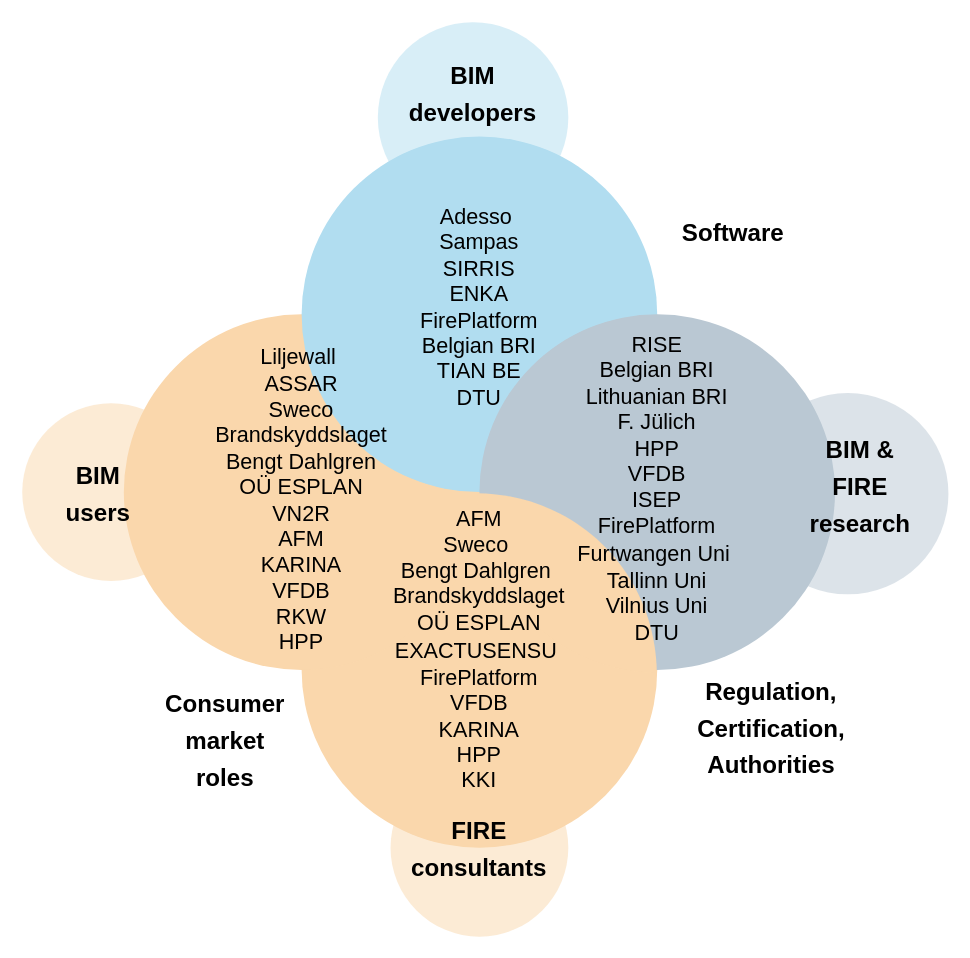
This is diagram/Partners.drawio from Kristoffernegendahl/fireBIM, a draw.io file, before an edit. Source tidied: cells renumbered, new cells numbered last; positions are measured from the earlier drawing's top-left corner, leaving out a move shared by most shapes. Both pictures are drawn from the tidied source at 127%, with x=0, y=0 at pixel (22, 22).
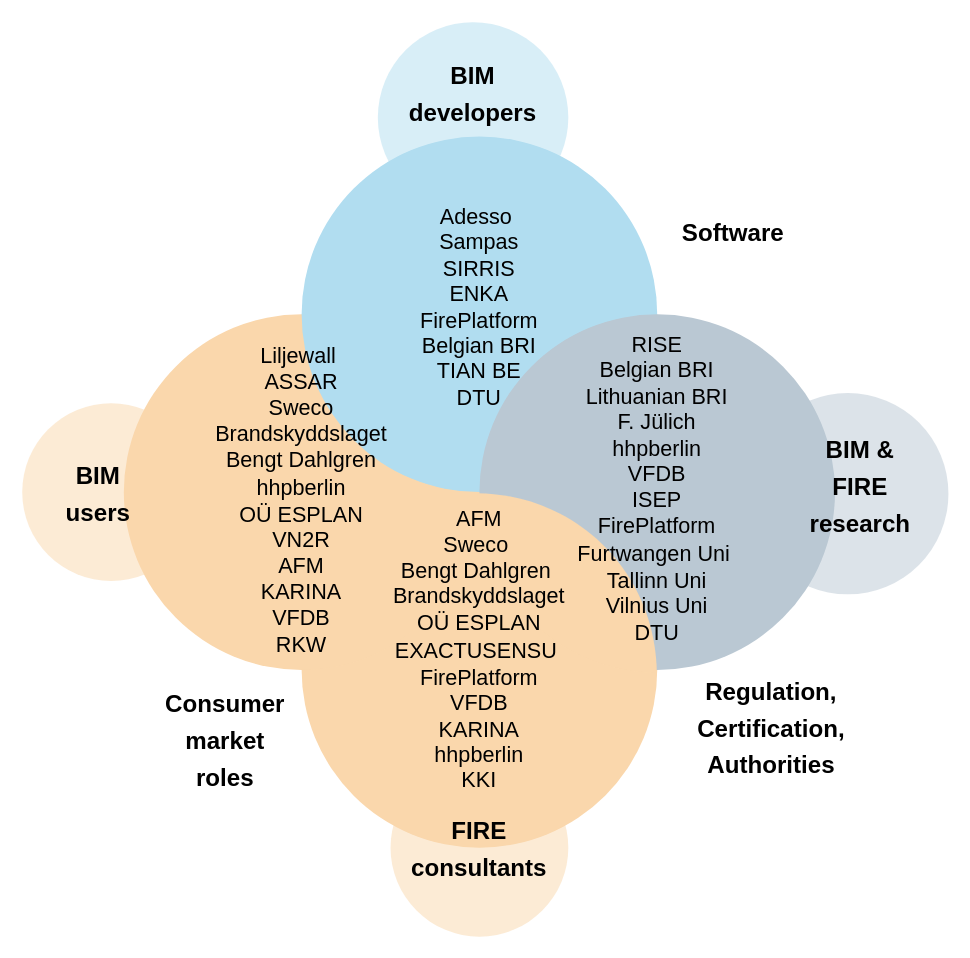
The same diagram, later.

Diff of the diagram source:
```diff
@@
-    <mxCell id="16" value="&lt;font style=&quot;font-size: 17px&quot;&gt;RISE&lt;/font&gt;&lt;div style=&quot;font-size: 17px&quot;&gt;&lt;font style=&quot;font-size: 17px&quot;&gt;&lt;span&gt;Belgian BRI&lt;/span&gt;&lt;br&gt;&lt;/font&gt;&lt;/div&gt;&lt;div style=&quot;font-size: 17px&quot;&gt;&lt;font style=&quot;font-size: 17px&quot;&gt;Lithuanian BRI&lt;span&gt;&lt;br&gt;&lt;/span&gt;&lt;/font&gt;&lt;/div&gt;&lt;div style=&quot;font-size: 17px&quot;&gt;&lt;font style=&quot;font-size: 17px&quot;&gt;F.&amp;nbsp;Jülich&lt;br&gt;&lt;/font&gt;&lt;/div&gt;&lt;div style=&quot;font-size: 17px&quot;&gt;&lt;font style=&quot;font-size: 17px&quot;&gt;HPP&lt;/font&gt;&lt;/div&gt;&lt;div style=&quot;font-size: 17px&quot;&gt;&lt;span&gt;&lt;font style=&quot;font-size: 17px&quot;&gt;VFDB&lt;/font&gt;&lt;/span&gt;&lt;/div&gt;&lt;div style=&quot;font-size: 17px&quot;&gt;&lt;font style=&quot;font-size: 17px&quot;&gt;ISEP&lt;/font&gt;&lt;/div&gt;&lt;div style=&quot;font-size: 17px&quot;&gt;&lt;span&gt;&lt;font style=&quot;font-size: 17px&quot;&gt;FirePlatform&lt;/font&gt;&lt;/span&gt;&lt;/div&gt;&lt;font style=&quot;font-size: 17px&quot;&gt;Furtwangen Uni&lt;span&gt;&amp;nbsp;&lt;/span&gt;&lt;br&gt;&lt;/font&gt;&lt;div style=&quot;font-size: 17px&quot;&gt;&lt;font style=&quot;font-size: 17px&quot;&gt;Tallinn Uni&lt;/font&gt;&lt;/div&gt;&lt;div style=&quot;font-size: 17px&quot;&gt;&lt;font style=&quot;font-size: 17px&quot;&gt;&lt;span&gt;Vilnius Uni&lt;/span&gt;&lt;br&gt;&lt;/font&gt;&lt;/div&gt;&lt;div style=&quot;font-size: 17px&quot;&gt;&lt;font style=&quot;font-size: 17px&quot;&gt;DTU&lt;/font&gt;&lt;/div&gt;&lt;div style=&quot;font-size: 17px&quot;&gt;&lt;span&gt;&lt;br&gt;&lt;/span&gt;&lt;/div&gt;" style="text;html=1;strokeColor=none;fillColor=none;align=center;verticalAlign=middle;whiteSpace=wrap;rounded=0;fontSize=19;" parent="1" vertex="1">
+    <mxCell id="16" value="&lt;font style=&quot;font-size: 17px&quot;&gt;RISE&lt;/font&gt;&lt;div style=&quot;font-size: 17px&quot;&gt;&lt;font style=&quot;font-size: 17px&quot;&gt;&lt;span&gt;Belgian BRI&lt;/span&gt;&lt;br&gt;&lt;/font&gt;&lt;/div&gt;&lt;div style=&quot;font-size: 17px&quot;&gt;&lt;font style=&quot;font-size: 17px&quot;&gt;Lithuanian BRI&lt;span&gt;&lt;br&gt;&lt;/span&gt;&lt;/font&gt;&lt;/div&gt;&lt;div style=&quot;font-size: 17px&quot;&gt;&lt;font style=&quot;font-size: 17px&quot;&gt;F.&amp;nbsp;Jülich&lt;br&gt;&lt;/font&gt;&lt;/div&gt;&lt;div style=&quot;font-size: 17px&quot;&gt;&lt;font style=&quot;font-size: 17px&quot;&gt;hhpberlin&lt;/font&gt;&lt;/div&gt;&lt;div style=&quot;font-size: 17px&quot;&gt;&lt;span&gt;&lt;font style=&quot;font-size: 17px&quot;&gt;VFDB&lt;/font&gt;&lt;/span&gt;&lt;/div&gt;&lt;div style=&quot;font-size: 17px&quot;&gt;&lt;font style=&quot;font-size: 17px&quot;&gt;ISEP&lt;/font&gt;&lt;/div&gt;&lt;div style=&quot;font-size: 17px&quot;&gt;&lt;span&gt;&lt;font style=&quot;font-size: 17px&quot;&gt;FirePlatform&lt;/font&gt;&lt;/span&gt;&lt;/div&gt;&lt;font style=&quot;font-size: 17px&quot;&gt;Furtwangen Uni&lt;span&gt;&amp;nbsp;&lt;/span&gt;&lt;br&gt;&lt;/font&gt;&lt;div style=&quot;font-size: 17px&quot;&gt;&lt;font style=&quot;font-size: 17px&quot;&gt;Tallinn Uni&lt;/font&gt;&lt;/div&gt;&lt;div style=&quot;font-size: 17px&quot;&gt;&lt;font style=&quot;font-size: 17px&quot;&gt;&lt;span&gt;Vilnius Uni&lt;/span&gt;&lt;br&gt;&lt;/font&gt;&lt;/div&gt;&lt;div style=&quot;font-size: 17px&quot;&gt;&lt;font style=&quot;font-size: 17px&quot;&gt;DTU&lt;/font&gt;&lt;/div&gt;&lt;div style=&quot;font-size: 17px&quot;&gt;&lt;span&gt;&lt;br&gt;&lt;/span&gt;&lt;/div&gt;" style="text;html=1;strokeColor=none;fillColor=none;align=center;verticalAlign=middle;whiteSpace=wrap;rounded=0;fontSize=19;" parent="1" vertex="1">
       <mxGeometry x="410" y="292" width="180" height="170" as="geometry" />
     </mxCell>
-    <mxCell id="17" value="&lt;div style=&quot;font-size: 17px&quot;&gt;&lt;font style=&quot;font-size: 17px&quot;&gt;AFM&lt;/font&gt;&lt;/div&gt;&lt;div style=&quot;font-size: 17px&quot;&gt;&lt;font style=&quot;font-size: 17px&quot;&gt;Sweco&amp;nbsp;&lt;/font&gt;&lt;/div&gt;&lt;div style=&quot;font-size: 17px&quot;&gt;&lt;font style=&quot;font-size: 17px&quot;&gt;Bengt Dahlgren&amp;nbsp;&lt;/font&gt;&lt;/div&gt;&lt;div style=&quot;font-size: 17px&quot;&gt;&lt;font style=&quot;font-size: 17px&quot;&gt;Brandskyddslaget&lt;/font&gt;&lt;/div&gt;&lt;div style=&quot;font-size: 17px&quot;&gt;&lt;span&gt;&lt;font style=&quot;font-size: 17px&quot;&gt;OÜ ESPLAN&lt;/font&gt;&lt;/span&gt;&lt;/div&gt;&lt;font style=&quot;font-size: 17px&quot;&gt;EXACTUSENSU&amp;nbsp;&lt;br&gt;&lt;/font&gt;&lt;div style=&quot;font-size: 17px&quot;&gt;&lt;font style=&quot;font-size: 17px&quot;&gt;FirePlatform&lt;/font&gt;&lt;/div&gt;&lt;div style=&quot;font-size: 17px&quot;&gt;&lt;font style=&quot;font-size: 17px&quot;&gt;VFDB&lt;/font&gt;&lt;/div&gt;&lt;div style=&quot;font-size: 17px&quot;&gt;&lt;font style=&quot;font-size: 17px&quot;&gt;KARINA&lt;br&gt;&lt;/font&gt;&lt;/div&gt;&lt;div style=&quot;font-size: 17px&quot;&gt;&lt;font style=&quot;font-size: 17px&quot;&gt;HPP&lt;/font&gt;&lt;/div&gt;&lt;div style=&quot;font-size: 17px&quot;&gt;&lt;font style=&quot;font-size: 17px&quot;&gt;KKI&lt;/font&gt;&lt;/div&gt;" style="text;html=1;strokeColor=none;fillColor=none;align=center;verticalAlign=middle;whiteSpace=wrap;rounded=0;fontSize=19;" parent="1" vertex="1">
+    <mxCell id="17" value="&lt;div style=&quot;font-size: 17px&quot;&gt;&lt;font style=&quot;font-size: 17px&quot;&gt;AFM&lt;/font&gt;&lt;/div&gt;&lt;div style=&quot;font-size: 17px&quot;&gt;&lt;font style=&quot;font-size: 17px&quot;&gt;Sweco&amp;nbsp;&lt;/font&gt;&lt;/div&gt;&lt;div style=&quot;font-size: 17px&quot;&gt;&lt;font style=&quot;font-size: 17px&quot;&gt;Bengt Dahlgren&amp;nbsp;&lt;/font&gt;&lt;/div&gt;&lt;div style=&quot;font-size: 17px&quot;&gt;&lt;font style=&quot;font-size: 17px&quot;&gt;Brandskyddslaget&lt;/font&gt;&lt;/div&gt;&lt;div style=&quot;font-size: 17px&quot;&gt;&lt;span&gt;&lt;font style=&quot;font-size: 17px&quot;&gt;OÜ ESPLAN&lt;/font&gt;&lt;/span&gt;&lt;/div&gt;&lt;font style=&quot;font-size: 17px&quot;&gt;EXACTUSENSU&amp;nbsp;&lt;br&gt;&lt;/font&gt;&lt;div style=&quot;font-size: 17px&quot;&gt;&lt;font style=&quot;font-size: 17px&quot;&gt;FirePlatform&lt;/font&gt;&lt;/div&gt;&lt;div style=&quot;font-size: 17px&quot;&gt;&lt;font style=&quot;font-size: 17px&quot;&gt;VFDB&lt;/font&gt;&lt;/div&gt;&lt;div style=&quot;font-size: 17px&quot;&gt;&lt;font style=&quot;font-size: 17px&quot;&gt;KARINA&lt;br&gt;&lt;/font&gt;&lt;/div&gt;&lt;div style=&quot;font-size: 17px&quot;&gt;&lt;font style=&quot;font-size: 17px&quot;&gt;hhpberlin&lt;/font&gt;&lt;/div&gt;&lt;div style=&quot;font-size: 17px&quot;&gt;&lt;font style=&quot;font-size: 17px&quot;&gt;KKI&lt;/font&gt;&lt;/div&gt;" style="text;html=1;strokeColor=none;fillColor=none;align=center;verticalAlign=middle;whiteSpace=wrap;rounded=0;fontSize=19;" parent="1" vertex="1">
       <mxGeometry x="270" y="410" width="180" height="170" as="geometry" />
     </mxCell>
-    <mxCell id="18" value="&lt;div style=&quot;font-size: 17px&quot;&gt;&lt;div&gt;&lt;font style=&quot;font-size: 17px&quot;&gt;Liljewall&amp;nbsp;&lt;/font&gt;&lt;/div&gt;&lt;div&gt;&lt;font style=&quot;font-size: 17px&quot;&gt;ASSAR&lt;/font&gt;&lt;/div&gt;&lt;/div&gt;&lt;div style=&quot;font-size: 17px&quot;&gt;&lt;font style=&quot;font-size: 17px&quot;&gt;Sweco&lt;/font&gt;&lt;/div&gt;&lt;div style=&quot;font-size: 17px&quot;&gt;&lt;font style=&quot;font-size: 17px&quot;&gt;Brandskyddslaget&lt;br&gt;&lt;/font&gt;&lt;/div&gt;&lt;div style=&quot;font-size: 17px&quot;&gt;&lt;font style=&quot;font-size: 17px&quot;&gt;Bengt Dahlgren&lt;/font&gt;&lt;/div&gt;&lt;div style=&quot;font-size: 17px&quot;&gt;&lt;font style=&quot;font-size: 17px&quot;&gt;OÜ ESPLAN&lt;br&gt;&lt;/font&gt;&lt;/div&gt;&lt;div style=&quot;font-size: 17px&quot;&gt;&lt;font style=&quot;font-size: 17px&quot;&gt;VN2R&lt;br&gt;&lt;/font&gt;&lt;/div&gt;&lt;div style=&quot;font-size: 17px&quot;&gt;&lt;font style=&quot;font-size: 17px&quot;&gt;AFM&lt;/font&gt;&lt;/div&gt;&lt;div style=&quot;font-size: 17px&quot;&gt;&lt;font style=&quot;font-size: 17px&quot;&gt;KARINA&lt;/font&gt;&lt;/div&gt;&lt;div style=&quot;font-size: 17px&quot;&gt;&lt;font style=&quot;font-size: 17px&quot;&gt;VFDB&lt;br&gt;&lt;/font&gt;&lt;/div&gt;&lt;div style=&quot;font-size: 17px&quot;&gt;&lt;font style=&quot;font-size: 17px&quot;&gt;RKW&lt;/font&gt;&lt;/div&gt;&lt;div style=&quot;font-size: 17px&quot;&gt;&lt;font style=&quot;font-size: 17px&quot;&gt;HPP&lt;/font&gt;&lt;/div&gt;" style="text;html=1;strokeColor=none;fillColor=none;align=center;verticalAlign=middle;whiteSpace=wrap;rounded=0;fontSize=19;" parent="1" vertex="1">
+    <mxCell id="18" value="&lt;div style=&quot;font-size: 17px&quot;&gt;&lt;div&gt;&lt;font style=&quot;font-size: 17px&quot;&gt;Liljewall&amp;nbsp;&lt;/font&gt;&lt;/div&gt;&lt;div&gt;&lt;font style=&quot;font-size: 17px&quot;&gt;ASSAR&lt;/font&gt;&lt;/div&gt;&lt;/div&gt;&lt;div style=&quot;font-size: 17px&quot;&gt;&lt;font style=&quot;font-size: 17px&quot;&gt;Sweco&lt;/font&gt;&lt;/div&gt;&lt;div style=&quot;font-size: 17px&quot;&gt;&lt;font style=&quot;font-size: 17px&quot;&gt;Brandskyddslaget&lt;br&gt;&lt;/font&gt;&lt;/div&gt;&lt;div style=&quot;font-size: 17px&quot;&gt;&lt;font style=&quot;font-size: 17px&quot;&gt;Bengt Dahlgren&lt;/font&gt;&lt;/div&gt;&lt;div&gt;&lt;font&gt;&lt;span style=&quot;font-size: 17px&quot;&gt;hhpberlin&lt;/span&gt;&lt;br&gt;&lt;/font&gt;&lt;/div&gt;&lt;div style=&quot;font-size: 17px&quot;&gt;&lt;font style=&quot;font-size: 17px&quot;&gt;OÜ ESPLAN&lt;br&gt;&lt;/font&gt;&lt;/div&gt;&lt;div style=&quot;font-size: 17px&quot;&gt;&lt;font style=&quot;font-size: 17px&quot;&gt;VN2R&lt;br&gt;&lt;/font&gt;&lt;/div&gt;&lt;div style=&quot;font-size: 17px&quot;&gt;&lt;font style=&quot;font-size: 17px&quot;&gt;AFM&lt;/font&gt;&lt;/div&gt;&lt;div style=&quot;font-size: 17px&quot;&gt;&lt;font style=&quot;font-size: 17px&quot;&gt;KARINA&lt;/font&gt;&lt;/div&gt;&lt;div style=&quot;font-size: 17px&quot;&gt;&lt;font style=&quot;font-size: 17px&quot;&gt;VFDB&lt;br&gt;&lt;/font&gt;&lt;/div&gt;&lt;div style=&quot;font-size: 17px&quot;&gt;&lt;font style=&quot;font-size: 17px&quot;&gt;RKW&lt;/font&gt;&lt;/div&gt;" style="text;html=1;strokeColor=none;fillColor=none;align=center;verticalAlign=middle;whiteSpace=wrap;rounded=0;fontSize=19;" parent="1" vertex="1">
       <mxGeometry x="130" y="292" width="180" height="170" as="geometry" />
     </mxCell>
```
